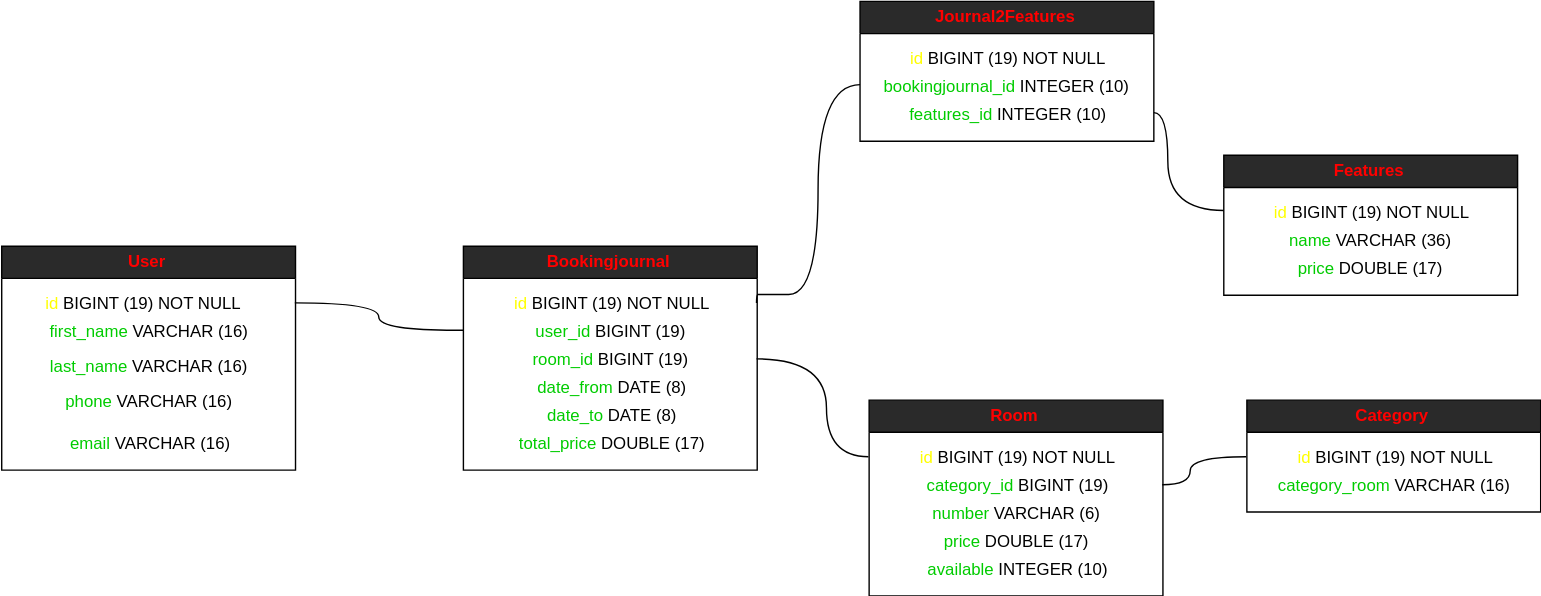
Above: Diagrams/Entity relationship diagram.svg in BogushAleksandr/RestAppHotelbooking (draw.io), before the change. Source tidied: cells renumbered, new cells last; positions are measured from the earlier drawing's top-left corner, leaving out a move shared by most shapes. Its diagram source:
```xml
<mxGraphModel>
  <root>
    <mxCell id="0" />
    <mxCell id="1" parent="0" />
    <mxCell id="2" value="User" style="swimlane;comic=0;glass=0;strokeColor=#000000;fontColor=#FF0000;" parent="1" vertex="1">
      <mxGeometry x="0.5" y="175.5" width="210" height="160" as="geometry" />
    </mxCell>
    <mxCell id="3" value="&lt;font color=&quot;#ffff00&quot;&gt;id&lt;/font&gt; &lt;font color=&quot;#000000&quot;&gt;BIGINT (19)&lt;/font&gt; &lt;font color=&quot;#000000&quot;&gt;NOT NULL&lt;/font&gt;" style="text;html=1;strokeColor=none;fillColor=none;align=center;verticalAlign=middle;whiteSpace=wrap;rounded=0;" parent="2" vertex="1">
      <mxGeometry y="30" width="200" height="20" as="geometry" />
    </mxCell>
    <mxCell id="4" value="&lt;font color=&quot;#00cc00&quot;&gt;first_name&lt;/font&gt; &lt;font color=&quot;#000000&quot;&gt;VARCHAR (16)&lt;/font&gt;" style="text;html=1;strokeColor=none;fillColor=none;align=center;verticalAlign=middle;whiteSpace=wrap;rounded=0;" parent="2" vertex="1">
      <mxGeometry x="10" y="50" width="190" height="20" as="geometry" />
    </mxCell>
    <mxCell id="5" value="&lt;font color=&quot;#00cc00&quot;&gt;last_name&lt;/font&gt; &lt;font color=&quot;#000000&quot;&gt;VARCHAR (16)&lt;/font&gt;" style="text;html=1;strokeColor=none;fillColor=none;align=center;verticalAlign=middle;whiteSpace=wrap;rounded=0;" parent="2" vertex="1">
      <mxGeometry x="10" y="75" width="190" height="20" as="geometry" />
    </mxCell>
    <mxCell id="6" value="&lt;font color=&quot;#00cc00&quot;&gt;phone&lt;/font&gt; &lt;font color=&quot;#000000&quot;&gt;VARCHAR (16)&lt;/font&gt;" style="text;html=1;strokeColor=none;fillColor=none;align=center;verticalAlign=middle;whiteSpace=wrap;rounded=0;" parent="2" vertex="1">
      <mxGeometry x="10" y="100" width="190" height="20" as="geometry" />
    </mxCell>
    <mxCell id="7" value="&lt;font color=&quot;#00cc00&quot;&gt;email&lt;/font&gt; &lt;font color=&quot;#000000&quot;&gt;VARCHAR (16)&lt;/font&gt;" style="text;html=1;strokeColor=none;fillColor=none;align=center;verticalAlign=middle;whiteSpace=wrap;rounded=0;" parent="2" vertex="1">
      <mxGeometry x="10" y="130" width="190" height="20" as="geometry" />
    </mxCell>
    <mxCell id="8" value="Bookingjournal" style="swimlane;fontColor=#FF0000;labelBorderColor=none;strokeColor=#000000;" parent="1" vertex="1">
      <mxGeometry x="330.5" y="175.5" width="210" height="160" as="geometry" />
    </mxCell>
    <mxCell id="9" value="&lt;font color=&quot;#ffff00&quot;&gt;id&lt;/font&gt; &lt;font color=&quot;#000000&quot;&gt;BIGINT (19) NOT NULL&lt;/font&gt;" style="text;html=1;strokeColor=none;fillColor=none;align=center;verticalAlign=middle;whiteSpace=wrap;rounded=0;" parent="8" vertex="1">
      <mxGeometry x="10" y="30" width="190" height="20" as="geometry" />
    </mxCell>
    <mxCell id="10" value="&lt;font color=&quot;#00cc00&quot;&gt;user_id&lt;/font&gt; &lt;font color=&quot;#000000&quot;&gt;BIGINT (19)&lt;/font&gt;" style="text;html=1;strokeColor=none;fillColor=none;align=center;verticalAlign=middle;whiteSpace=wrap;rounded=0;" parent="8" vertex="1">
      <mxGeometry x="10" y="50" width="190" height="20" as="geometry" />
    </mxCell>
    <mxCell id="11" value="&lt;font color=&quot;#00cc00&quot;&gt;room_id&lt;/font&gt; &lt;font color=&quot;#000000&quot;&gt;BIGINT (19)&lt;/font&gt;" style="text;html=1;strokeColor=none;fillColor=none;align=center;verticalAlign=middle;whiteSpace=wrap;rounded=0;" parent="8" vertex="1">
      <mxGeometry x="10" y="70" width="190" height="20" as="geometry" />
    </mxCell>
    <mxCell id="12" value="&lt;font color=&quot;#00cc00&quot;&gt;date_from&lt;/font&gt; &lt;font color=&quot;#000000&quot;&gt;DATE (8)&lt;/font&gt;" style="text;html=1;strokeColor=none;fillColor=none;align=center;verticalAlign=middle;whiteSpace=wrap;rounded=0;" parent="8" vertex="1">
      <mxGeometry x="10" y="90" width="190" height="20" as="geometry" />
    </mxCell>
    <mxCell id="13" value="&lt;font color=&quot;#00cc00&quot;&gt;date_to&lt;/font&gt; &lt;font color=&quot;#000000&quot;&gt;DATE (8)&lt;/font&gt;" style="text;html=1;strokeColor=none;fillColor=none;align=center;verticalAlign=middle;whiteSpace=wrap;rounded=0;" parent="8" vertex="1">
      <mxGeometry x="10" y="110" width="190" height="20" as="geometry" />
    </mxCell>
    <mxCell id="14" value="&lt;font color=&quot;#00cc00&quot;&gt;total_price&lt;/font&gt; &lt;font color=&quot;#000000&quot;&gt;DOUBLE (17)&lt;/font&gt;" style="text;html=1;strokeColor=none;fillColor=none;align=center;verticalAlign=middle;whiteSpace=wrap;rounded=0;" parent="8" vertex="1">
      <mxGeometry x="10" y="130" width="190" height="20" as="geometry" />
    </mxCell>
    <mxCell id="15" value="Journal2Features" style="swimlane;fontColor=#FF0000;strokeColor=#000000;" parent="1" vertex="1">
      <mxGeometry x="614" y="0.5" width="210" height="100" as="geometry" />
    </mxCell>
    <mxCell id="16" value="&lt;font color=&quot;#ffff00&quot;&gt;id&lt;/font&gt; &lt;font color=&quot;#000000&quot;&gt;BIGINT (19) NOT NULL&lt;/font&gt;" style="text;html=1;strokeColor=none;fillColor=none;align=center;verticalAlign=middle;whiteSpace=wrap;rounded=0;" parent="15" vertex="1">
      <mxGeometry x="10" y="30" width="190" height="20" as="geometry" />
    </mxCell>
    <mxCell id="17" value="&lt;font color=&quot;#00cc00&quot;&gt;bookingjournal_id&lt;/font&gt; &lt;font color=&quot;#000000&quot;&gt;INTEGER (10)&lt;/font&gt;" style="text;html=1;strokeColor=none;fillColor=none;align=center;verticalAlign=middle;whiteSpace=wrap;rounded=0;" parent="15" vertex="1">
      <mxGeometry x="10" y="50" width="190" height="20" as="geometry" />
    </mxCell>
    <mxCell id="18" value="&lt;font color=&quot;#00cc00&quot;&gt;features_id&lt;/font&gt; &lt;font color=&quot;#000000&quot;&gt;INTEGER (10)&lt;/font&gt;" style="text;html=1;strokeColor=none;fillColor=none;align=center;verticalAlign=middle;whiteSpace=wrap;rounded=0;" parent="15" vertex="1">
      <mxGeometry x="10" y="70" width="190" height="20" as="geometry" />
    </mxCell>
    <mxCell id="19" value="Features" style="swimlane;startSize=23;fontColor=#FF0000;strokeColor=#000000;" parent="1" vertex="1">
      <mxGeometry x="874" y="110.5" width="210" height="100" as="geometry" />
    </mxCell>
    <mxCell id="20" value="&lt;font color=&quot;#ffff00&quot;&gt;id&lt;/font&gt; &lt;font color=&quot;#000000&quot;&gt;BIGINT (19) NOT NULL&lt;/font&gt;" style="text;html=1;strokeColor=none;fillColor=none;align=center;verticalAlign=middle;whiteSpace=wrap;rounded=0;" parent="19" vertex="1">
      <mxGeometry x="10" y="30" width="190" height="20" as="geometry" />
    </mxCell>
    <mxCell id="21" value="&lt;font color=&quot;#00cc00&quot;&gt;name &lt;/font&gt;&lt;font color=&quot;#000000&quot;&gt;VARCHAR (36)&lt;/font&gt;" style="text;html=1;strokeColor=none;fillColor=none;align=center;verticalAlign=middle;whiteSpace=wrap;rounded=0;" parent="19" vertex="1">
      <mxGeometry x="10" y="50" width="190" height="20" as="geometry" />
    </mxCell>
    <mxCell id="22" value="&lt;font color=&quot;#00cc00&quot;&gt;price&lt;/font&gt; &lt;font color=&quot;#000000&quot;&gt;DOUBLE (17)&lt;/font&gt;" style="text;html=1;strokeColor=none;fillColor=none;align=center;verticalAlign=middle;whiteSpace=wrap;rounded=0;" parent="19" vertex="1">
      <mxGeometry x="10" y="70" width="190" height="20" as="geometry" />
    </mxCell>
    <mxCell id="23" value="Room" style="swimlane;fontColor=#FF0000;strokeColor=#000000;" parent="1" vertex="1">
      <mxGeometry x="620.5" y="285.5" width="210" height="140" as="geometry" />
    </mxCell>
    <mxCell id="24" value="&lt;font color=&quot;#ffff00&quot;&gt;id &lt;/font&gt;&lt;font color=&quot;#000000&quot;&gt;BIGINT (19) NOT NULL&lt;/font&gt;" style="text;html=1;strokeColor=none;fillColor=none;align=center;verticalAlign=middle;whiteSpace=wrap;rounded=0;" parent="23" vertex="1">
      <mxGeometry x="10" y="30" width="190" height="20" as="geometry" />
    </mxCell>
    <mxCell id="25" value="&lt;font color=&quot;#00cc00&quot;&gt;category_id&lt;/font&gt; &lt;font color=&quot;#000000&quot;&gt;BIGINT (19)&lt;/font&gt;" style="text;html=1;strokeColor=none;fillColor=none;align=center;verticalAlign=middle;whiteSpace=wrap;rounded=0;" parent="23" vertex="1">
      <mxGeometry x="10" y="50" width="190" height="20" as="geometry" />
    </mxCell>
    <mxCell id="26" value="&lt;font color=&quot;#00cc00&quot;&gt;number&lt;/font&gt; &lt;font color=&quot;#000000&quot;&gt;VARCHAR (6)&lt;/font&gt;" style="text;html=1;strokeColor=none;fillColor=none;align=center;verticalAlign=middle;whiteSpace=wrap;rounded=0;" parent="23" vertex="1">
      <mxGeometry x="10" y="70" width="190" height="20" as="geometry" />
    </mxCell>
    <mxCell id="27" value="&lt;font color=&quot;#00cc00&quot;&gt;price&lt;/font&gt; &lt;font color=&quot;#000000&quot;&gt;DOUBLE (17)&lt;/font&gt;" style="text;html=1;strokeColor=none;fillColor=none;align=center;verticalAlign=middle;whiteSpace=wrap;rounded=0;" parent="23" vertex="1">
      <mxGeometry x="10" y="90" width="190" height="20" as="geometry" />
    </mxCell>
    <mxCell id="28" value="&lt;font color=&quot;#00cc00&quot;&gt;available&lt;/font&gt; &lt;font color=&quot;#000000&quot;&gt;INTEGER (10)&lt;/font&gt;" style="text;html=1;strokeColor=none;fillColor=none;align=center;verticalAlign=middle;whiteSpace=wrap;rounded=0;" parent="23" vertex="1">
      <mxGeometry x="10" y="110" width="190" height="20" as="geometry" />
    </mxCell>
    <mxCell id="29" value="Category" style="swimlane;fontColor=#FF0000;strokeColor=#000000;" parent="1" vertex="1">
      <mxGeometry x="890.5" y="285.5" width="210" height="80" as="geometry" />
    </mxCell>
    <mxCell id="30" value="&lt;font color=&quot;#ffff00&quot;&gt;id&lt;/font&gt; &lt;font color=&quot;#000000&quot;&gt;BIGINT (19) NOT NULL&lt;/font&gt;" style="text;html=1;strokeColor=none;fillColor=none;align=center;verticalAlign=middle;whiteSpace=wrap;rounded=0;" parent="29" vertex="1">
      <mxGeometry x="10" y="30" width="190" height="20" as="geometry" />
    </mxCell>
    <mxCell id="31" value="&lt;span&gt;&lt;font color=&quot;#00cc00&quot;&gt;category_room&lt;/font&gt;&lt;/span&gt;&amp;nbsp;&lt;font color=&quot;#000000&quot;&gt;VARCHAR (16)&lt;/font&gt;" style="text;html=1;strokeColor=none;fillColor=none;align=center;verticalAlign=middle;whiteSpace=wrap;rounded=0;" parent="29" vertex="1">
      <mxGeometry x="10" y="50" width="190" height="20" as="geometry" />
    </mxCell>
    <mxCell id="32" style="edgeStyle=orthogonalEdgeStyle;rounded=0;html=1;jettySize=auto;strokeColor=#000000;fillColor=#ffe6cc;exitX=1;exitY=0.25;endArrow=none;endFill=0;startArrow=none;startFill=0;curved=1;" parent="1" edge="1" source="2">
      <mxGeometry relative="1" as="geometry">
        <mxPoint x="330.5" y="235.5" as="targetPoint" />
      </mxGeometry>
    </mxCell>
    <mxCell id="33" style="edgeStyle=orthogonalEdgeStyle;rounded=0;html=1;jettySize=auto;strokeColor=#000000;fillColor=#ffe6cc;exitX=1;exitY=0.5;endArrow=none;endFill=0;startArrow=none;startFill=0;curved=1;" parent="1" edge="1" source="8">
      <mxGeometry relative="1" as="geometry">
        <mxPoint x="620.5" y="325.5" as="targetPoint" />
        <Array as="points">
          <mxPoint x="590.5" y="255.5" />
          <mxPoint x="590.5" y="325.5" />
        </Array>
      </mxGeometry>
    </mxCell>
    <mxCell id="34" style="edgeStyle=orthogonalEdgeStyle;rounded=0;html=1;jettySize=auto;strokeColor=#000000;fillColor=#ffe6cc;endArrow=none;endFill=0;startArrow=none;startFill=0;curved=1;entryX=0;entryY=0.5;" parent="1" edge="1" target="29">
      <mxGeometry relative="1" as="geometry">
        <mxPoint x="830.5" y="345.5" as="sourcePoint" />
        <Array as="points">
          <mxPoint x="850.5" y="345.5" />
          <mxPoint x="850.5" y="325.5" />
        </Array>
      </mxGeometry>
    </mxCell>
    <mxCell id="35" style="edgeStyle=orthogonalEdgeStyle;rounded=0;html=1;jettySize=auto;strokeColor=#000000;fillColor=#ffe6cc;exitX=1;exitY=0.25;endArrow=none;endFill=0;startArrow=none;startFill=0;curved=1;" parent="1" edge="1" source="8">
      <mxGeometry relative="1" as="geometry">
        <mxPoint x="614" y="60.5" as="targetPoint" />
        <Array as="points">
          <mxPoint x="541" y="210.5" />
          <mxPoint x="584" y="210.5" />
          <mxPoint x="584" y="60.5" />
        </Array>
      </mxGeometry>
    </mxCell>
    <mxCell id="36" style="edgeStyle=orthogonalEdgeStyle;rounded=0;html=1;jettySize=auto;orthogonalLoop=1;strokeColor=#000000;fillColor=#ffe6cc;endArrow=none;endFill=0;startArrow=none;startFill=0;curved=1;" parent="1" edge="1">
      <mxGeometry relative="1" as="geometry">
        <mxPoint x="824" y="80.5" as="sourcePoint" />
        <mxPoint x="874" y="150.5" as="targetPoint" />
        <Array as="points">
          <mxPoint x="834" y="80.5" />
          <mxPoint x="834" y="150.5" />
        </Array>
      </mxGeometry>
    </mxCell>
  </root>
</mxGraphModel>
```
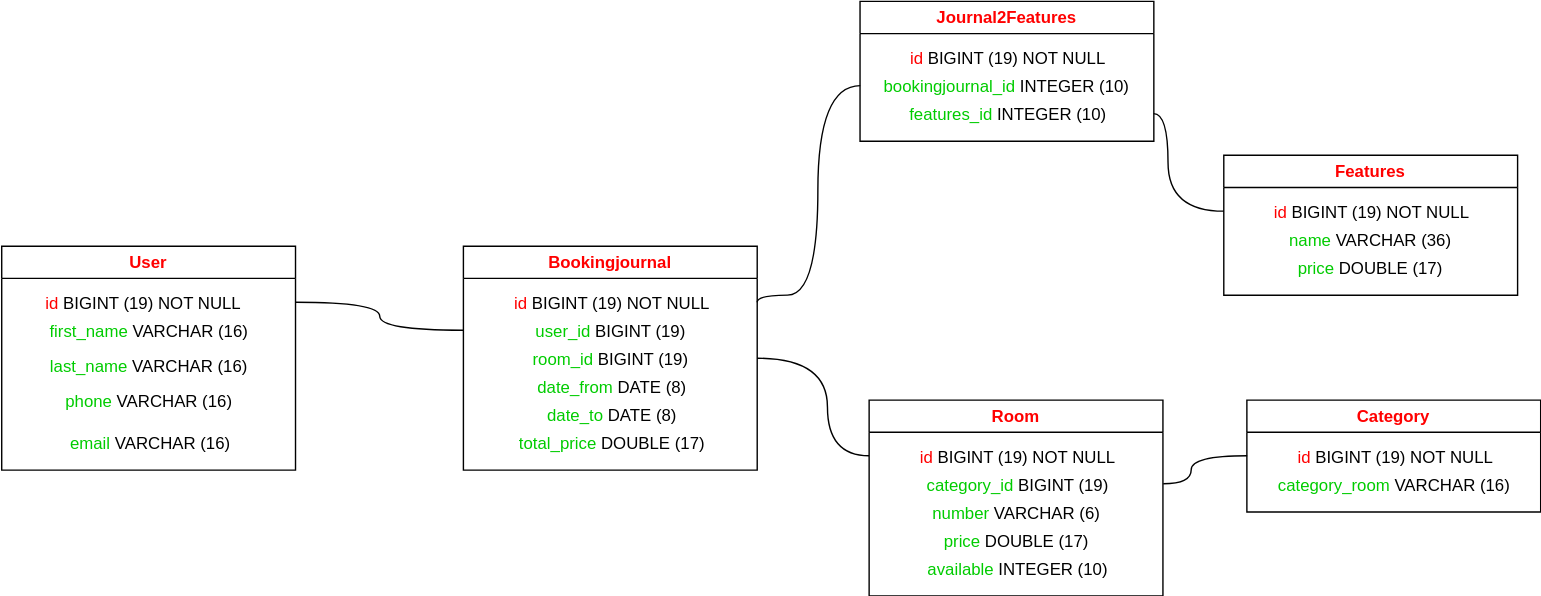
Above is the later version.

The edit, as a diff of the source:
```diff
@@ -1,11 +1,11 @@
-<mxGraphModel>
+<mxGraphModel background="#ffffff">
   <root>
     <mxCell id="0" />
     <mxCell id="1" parent="0" />
     <mxCell id="2" value="User" style="swimlane;comic=0;glass=0;strokeColor=#000000;fontColor=#FF0000;" parent="1" vertex="1">
       <mxGeometry x="0.5" y="175.5" width="210" height="160" as="geometry" />
     </mxCell>
-    <mxCell id="3" value="&lt;font color=&quot;#ffff00&quot;&gt;id&lt;/font&gt; &lt;font color=&quot;#000000&quot;&gt;BIGINT (19)&lt;/font&gt; &lt;font color=&quot;#000000&quot;&gt;NOT NULL&lt;/font&gt;" style="text;html=1;strokeColor=none;fillColor=none;align=center;verticalAlign=middle;whiteSpace=wrap;rounded=0;" parent="2" vertex="1">
+    <mxCell id="3" value="&lt;font color=&quot;#ff0000&quot;&gt;id&lt;/font&gt; &lt;font color=&quot;#000000&quot;&gt;BIGINT (19)&lt;/font&gt; &lt;font color=&quot;#000000&quot;&gt;NOT NULL&lt;/font&gt;" style="text;html=1;strokeColor=none;fillColor=none;align=center;verticalAlign=middle;whiteSpace=wrap;rounded=0;" parent="2" vertex="1">
       <mxGeometry y="30" width="200" height="20" as="geometry" />
     </mxCell>
     <mxCell id="4" value="&lt;font color=&quot;#00cc00&quot;&gt;first_name&lt;/font&gt; &lt;font color=&quot;#000000&quot;&gt;VARCHAR (16)&lt;/font&gt;" style="text;html=1;strokeColor=none;fillColor=none;align=center;verticalAlign=middle;whiteSpace=wrap;rounded=0;" parent="2" vertex="1">
@@ -23,7 +23,7 @@
     <mxCell id="8" value="Bookingjournal" style="swimlane;fontColor=#FF0000;labelBorderColor=none;strokeColor=#000000;" parent="1" vertex="1">
       <mxGeometry x="330.5" y="175.5" width="210" height="160" as="geometry" />
     </mxCell>
-    <mxCell id="9" value="&lt;font color=&quot;#ffff00&quot;&gt;id&lt;/font&gt; &lt;font color=&quot;#000000&quot;&gt;BIGINT (19) NOT NULL&lt;/font&gt;" style="text;html=1;strokeColor=none;fillColor=none;align=center;verticalAlign=middle;whiteSpace=wrap;rounded=0;" parent="8" vertex="1">
+    <mxCell id="9" value="&lt;font color=&quot;#ff0000&quot;&gt;id&lt;/font&gt; &lt;font color=&quot;#000000&quot;&gt;BIGINT (19) NOT NULL&lt;/font&gt;" style="text;html=1;strokeColor=none;fillColor=none;align=center;verticalAlign=middle;whiteSpace=wrap;rounded=0;" parent="8" vertex="1">
       <mxGeometry x="10" y="30" width="190" height="20" as="geometry" />
     </mxCell>
     <mxCell id="10" value="&lt;font color=&quot;#00cc00&quot;&gt;user_id&lt;/font&gt; &lt;font color=&quot;#000000&quot;&gt;BIGINT (19)&lt;/font&gt;" style="text;html=1;strokeColor=none;fillColor=none;align=center;verticalAlign=middle;whiteSpace=wrap;rounded=0;" parent="8" vertex="1">
@@ -44,7 +44,7 @@
     <mxCell id="15" value="Journal2Features" style="swimlane;fontColor=#FF0000;strokeColor=#000000;" parent="1" vertex="1">
       <mxGeometry x="614" y="0.5" width="210" height="100" as="geometry" />
     </mxCell>
-    <mxCell id="16" value="&lt;font color=&quot;#ffff00&quot;&gt;id&lt;/font&gt; &lt;font color=&quot;#000000&quot;&gt;BIGINT (19) NOT NULL&lt;/font&gt;" style="text;html=1;strokeColor=none;fillColor=none;align=center;verticalAlign=middle;whiteSpace=wrap;rounded=0;" parent="15" vertex="1">
+    <mxCell id="16" value="&lt;font color=&quot;#ff0000&quot;&gt;id&lt;/font&gt; &lt;font color=&quot;#000000&quot;&gt;BIGINT (19) NOT NULL&lt;/font&gt;" style="text;html=1;strokeColor=none;fillColor=none;align=center;verticalAlign=middle;whiteSpace=wrap;rounded=0;" parent="15" vertex="1">
       <mxGeometry x="10" y="30" width="190" height="20" as="geometry" />
     </mxCell>
     <mxCell id="17" value="&lt;font color=&quot;#00cc00&quot;&gt;bookingjournal_id&lt;/font&gt; &lt;font color=&quot;#000000&quot;&gt;INTEGER (10)&lt;/font&gt;" style="text;html=1;strokeColor=none;fillColor=none;align=center;verticalAlign=middle;whiteSpace=wrap;rounded=0;" parent="15" vertex="1">
@@ -56,7 +56,7 @@
     <mxCell id="19" value="Features" style="swimlane;startSize=23;fontColor=#FF0000;strokeColor=#000000;" parent="1" vertex="1">
       <mxGeometry x="874" y="110.5" width="210" height="100" as="geometry" />
     </mxCell>
-    <mxCell id="20" value="&lt;font color=&quot;#ffff00&quot;&gt;id&lt;/font&gt; &lt;font color=&quot;#000000&quot;&gt;BIGINT (19) NOT NULL&lt;/font&gt;" style="text;html=1;strokeColor=none;fillColor=none;align=center;verticalAlign=middle;whiteSpace=wrap;rounded=0;" parent="19" vertex="1">
+    <mxCell id="20" value="&lt;font color=&quot;#ff0000&quot;&gt;id&lt;/font&gt; &lt;font color=&quot;#000000&quot;&gt;BIGINT (19) NOT NULL&lt;/font&gt;" style="text;html=1;strokeColor=none;fillColor=none;align=center;verticalAlign=middle;whiteSpace=wrap;rounded=0;" parent="19" vertex="1">
       <mxGeometry x="10" y="30" width="190" height="20" as="geometry" />
     </mxCell>
     <mxCell id="21" value="&lt;font color=&quot;#00cc00&quot;&gt;name &lt;/font&gt;&lt;font color=&quot;#000000&quot;&gt;VARCHAR (36)&lt;/font&gt;" style="text;html=1;strokeColor=none;fillColor=none;align=center;verticalAlign=middle;whiteSpace=wrap;rounded=0;" parent="19" vertex="1">
@@ -68,7 +68,7 @@
     <mxCell id="23" value="Room" style="swimlane;fontColor=#FF0000;strokeColor=#000000;" parent="1" vertex="1">
       <mxGeometry x="620.5" y="285.5" width="210" height="140" as="geometry" />
     </mxCell>
-    <mxCell id="24" value="&lt;font color=&quot;#ffff00&quot;&gt;id &lt;/font&gt;&lt;font color=&quot;#000000&quot;&gt;BIGINT (19) NOT NULL&lt;/font&gt;" style="text;html=1;strokeColor=none;fillColor=none;align=center;verticalAlign=middle;whiteSpace=wrap;rounded=0;" parent="23" vertex="1">
+    <mxCell id="24" value="&lt;font color=&quot;#ff0000&quot;&gt;id&lt;/font&gt;&lt;font color=&quot;#ffff00&quot;&gt; &lt;/font&gt;&lt;font color=&quot;#000000&quot;&gt;BIGINT (19) NOT NULL&lt;/font&gt;" style="text;html=1;strokeColor=none;fillColor=none;align=center;verticalAlign=middle;whiteSpace=wrap;rounded=0;" parent="23" vertex="1">
       <mxGeometry x="10" y="30" width="190" height="20" as="geometry" />
     </mxCell>
     <mxCell id="25" value="&lt;font color=&quot;#00cc00&quot;&gt;category_id&lt;/font&gt; &lt;font color=&quot;#000000&quot;&gt;BIGINT (19)&lt;/font&gt;" style="text;html=1;strokeColor=none;fillColor=none;align=center;verticalAlign=middle;whiteSpace=wrap;rounded=0;" parent="23" vertex="1">
@@ -86,7 +86,7 @@
     <mxCell id="29" value="Category" style="swimlane;fontColor=#FF0000;strokeColor=#000000;" parent="1" vertex="1">
       <mxGeometry x="890.5" y="285.5" width="210" height="80" as="geometry" />
     </mxCell>
-    <mxCell id="30" value="&lt;font color=&quot;#ffff00&quot;&gt;id&lt;/font&gt; &lt;font color=&quot;#000000&quot;&gt;BIGINT (19) NOT NULL&lt;/font&gt;" style="text;html=1;strokeColor=none;fillColor=none;align=center;verticalAlign=middle;whiteSpace=wrap;rounded=0;" parent="29" vertex="1">
+    <mxCell id="30" value="&lt;font color=&quot;#ff0000&quot;&gt;id&lt;/font&gt; &lt;font color=&quot;#000000&quot;&gt;BIGINT (19) NOT NULL&lt;/font&gt;" style="text;html=1;strokeColor=none;fillColor=none;align=center;verticalAlign=middle;whiteSpace=wrap;rounded=0;" parent="29" vertex="1">
       <mxGeometry x="10" y="30" width="190" height="20" as="geometry" />
     </mxCell>
     <mxCell id="31" value="&lt;span&gt;&lt;font color=&quot;#00cc00&quot;&gt;category_room&lt;/font&gt;&lt;/span&gt;&amp;nbsp;&lt;font color=&quot;#000000&quot;&gt;VARCHAR (16)&lt;/font&gt;" style="text;html=1;strokeColor=none;fillColor=none;align=center;verticalAlign=middle;whiteSpace=wrap;rounded=0;" parent="29" vertex="1">
```
